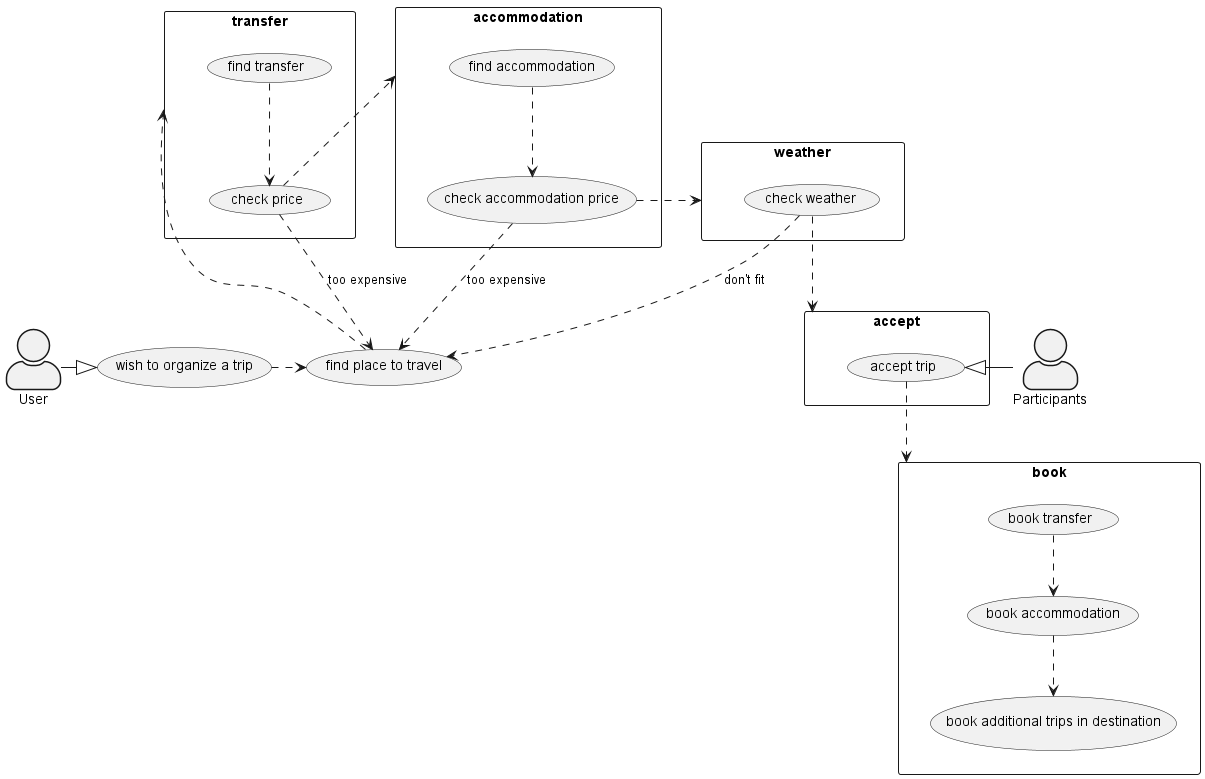
Earlier version of the PlantUML export doc/overview/organization_travel_use_case_v1.png (Kamil-IT/my-trip).
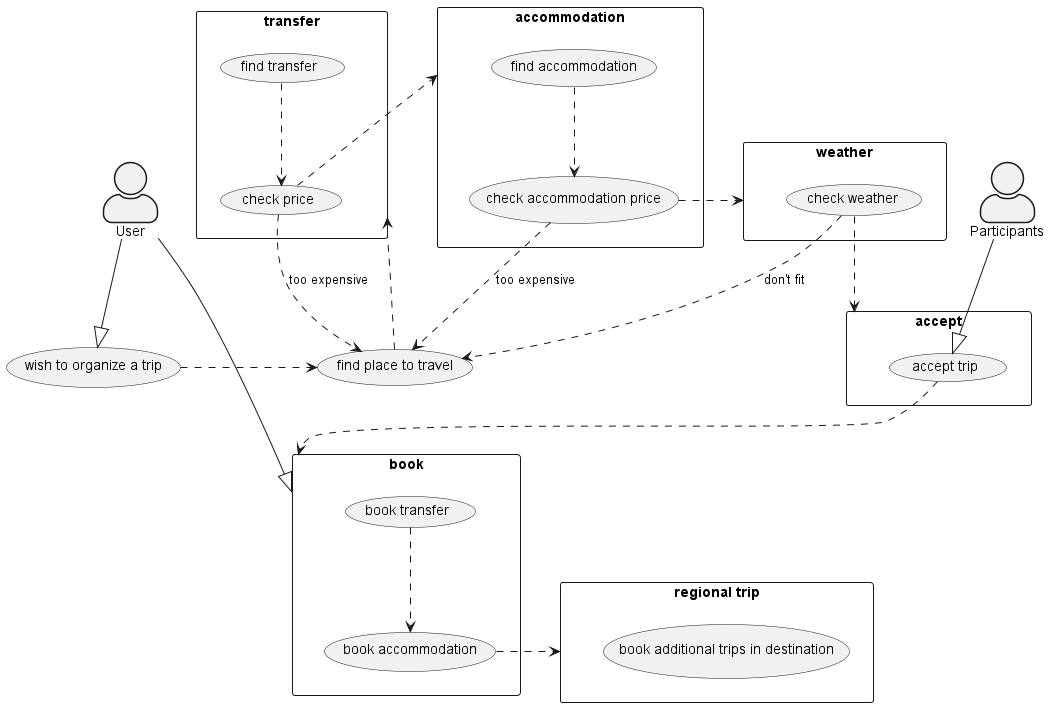
Above is the later version.

What changed in the source:
```diff
@@ -1,4 +1,6 @@
 @startuml
+top to bottom direction
+
 skinparam actorStyle awesome
 actor User
 actor Participants
@@ -6,59 +8,55 @@
 "wish to organize a trip" as (wish)
 "find place to travel" as (place)
 
-
-:User: -|> wish
-wish .> (place)
-place ..> transfer
-
+:User: -r-|> wish
+:User: ---|> book
+wish .> place
+place .r.> transfer
 
 rectangle transfer {
     "find transfer" as (transfer_find)
     "check price" as (transfer_check_price)
 
     transfer_find ..> transfer_check_price
-    transfer_check_price ..> (accommodation)
-
+    transfer_check_price .r.> (accommodation)
     transfer_check_price ..> (place) : too expensive
 }
-
-
 
 rectangle accommodation {
     "find accommodation" as (accommodation_find)
     "check accommodation price" as (accommodation_check_price)
 
     accommodation_find ..> accommodation_check_price
-    accommodation_check_price ..> (weather)
-
-    accommodation_check_price ..> (place) : too expensive
+    accommodation_check_price .r.> (weather)
+    accommodation_check_price .d.> (place) : too expensive
 }
 
 rectangle weather {
     "check weather" as (weather_check)
 
     weather_check ..> (accept)
-
     weather_check ..> (place) : don't fit
 }
 
 rectangle accept {
    "accept trip" as (trip_accept)
 
-   :Participants: -|> trip_accept
+   :Participants: --|> trip_accept
    trip_accept ..> book
 }
 
 rectangle book {
     "book transfer" as (book_transfer)
     "book accommodation" as (book_accommodation)
-    "book additional trips in destination" as (book_additional_trips)
 
     book_transfer ..> book_accommodation
-    book_accommodation ..> book_additional_trips
+    book_accommodation .r.> "regional trip"
+}
+
+rectangle "regional trip" {
+    "book additional trips in destination" as (book_additional_trips)
 }
 
 
 
-
 @enduml
```
